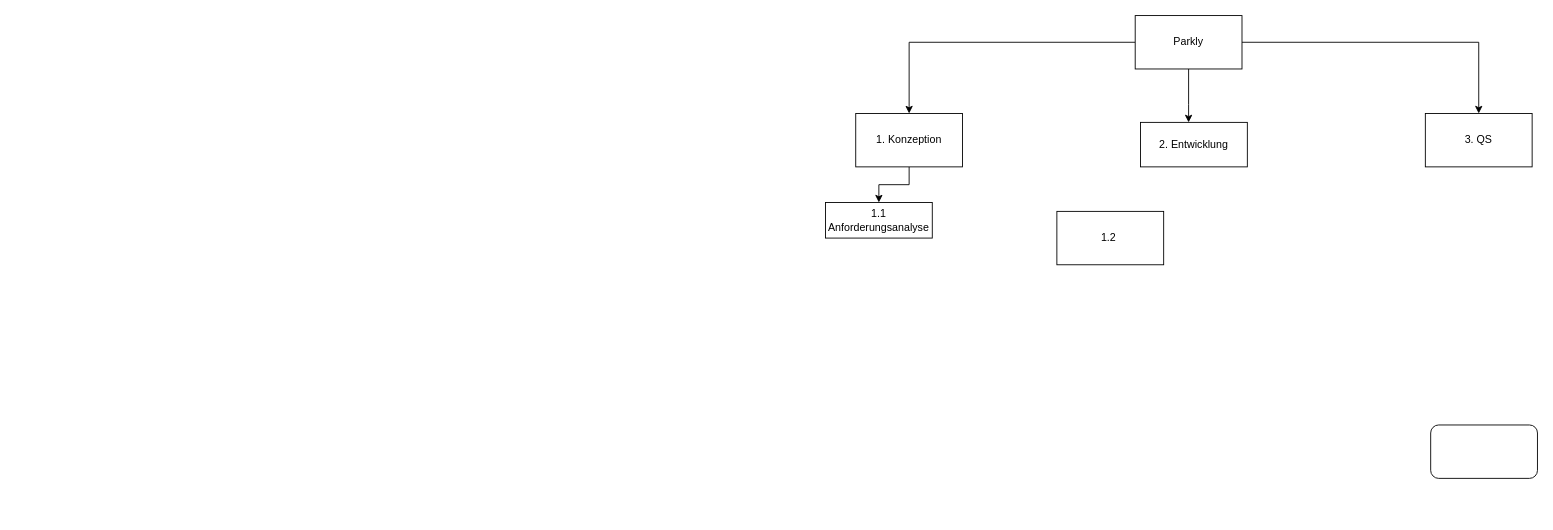
Above: Unbenanntes Diagramm.drawio in TmNiklas/TmNiklas (draw.io), before the change. Source tidied: cells renumbered, new cells numbered last; positions are measured from the earlier drawing's top-left corner, leaving out a move shared by most shapes. Both pictures are drawn from the tidied source at 89%, with x=0, y=0 at pixel (825, 15).
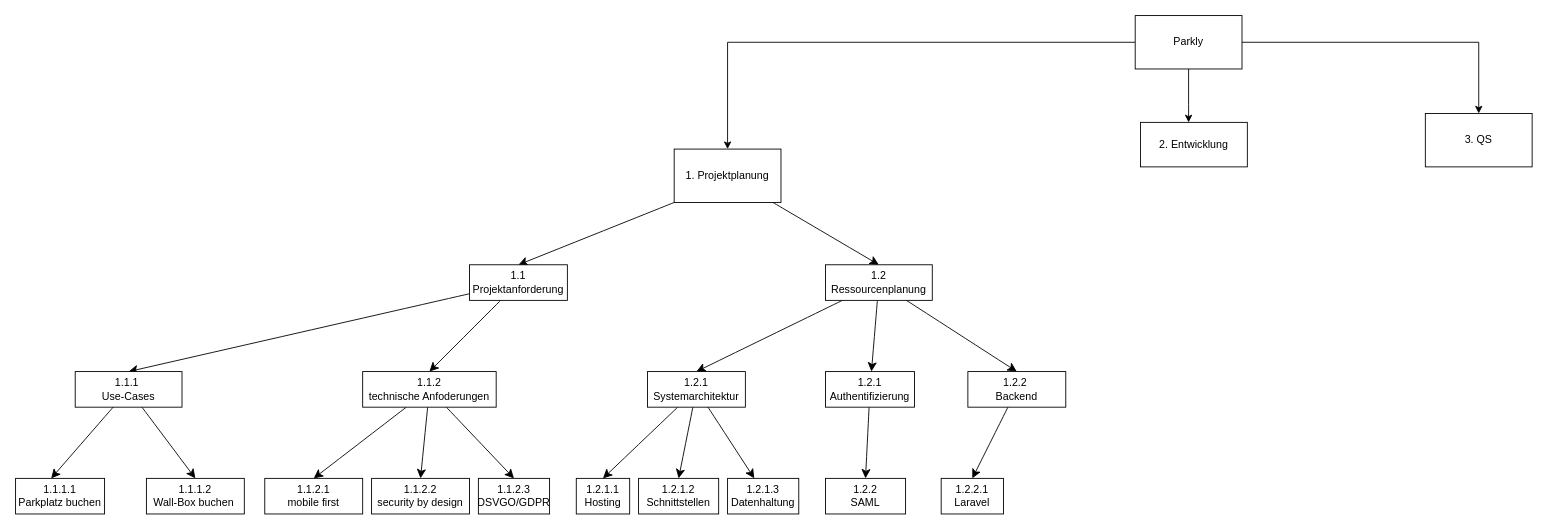
Above is the later version.

Diff of the diagram source:
```diff
@@
-    <mxCell id="6" style="edgeStyle=orthogonalEdgeStyle;rounded=0;jettySize=auto;html=1;" parent="1" edge="1" source="7" target="10">
-      <mxGeometry relative="1" as="geometry" />
-    </mxCell>
+    <mxCell id="13" style="edgeStyle=none;curved=1;rounded=0;jettySize=auto;html=1;entryX=0.5;entryY=0;entryDx=0;entryDy=0;fontSize=12;startSize=8;endSize=8;" parent="1" edge="1" source="7" target="18">
+      <mxGeometry relative="1" as="geometry" />
+    </mxCell>
+    <mxCell id="14" style="edgeStyle=none;curved=1;rounded=0;jettySize=auto;html=1;entryX=0.5;entryY=0;entryDx=0;entryDy=0;fontSize=12;startSize=8;endSize=8;exitX=0;exitY=1;exitDx=0;exitDy=0;" parent="1" edge="1" source="7" target="21">
+      <mxGeometry relative="1" as="geometry" />
+    </mxCell>
-    <mxCell id="7" value="1. Konzeption" style="rounded=0;whiteSpace=wrap;html=1;" parent="1" vertex="1">
-      <mxGeometry x="34" y="110" width="120" height="60" as="geometry" />
+    <mxCell id="7" value="1. Projektplanung" style="rounded=0;whiteSpace=wrap;html=1;" parent="1" vertex="1">
+      <mxGeometry x="-170" y="150" width="120" height="60" as="geometry" />
     </mxCell>
@@
-    <mxCell id="10" value="1.1 Anforderungsanalyse" style="rounded=0;whiteSpace=wrap;html=1;" parent="1" vertex="1">
-      <mxGeometry y="210" width="120" height="40" as="geometry" />
-    </mxCell>
-    <mxCell id="11" value="1.2&amp;nbsp;" style="rounded=0;whiteSpace=wrap;html=1;" parent="1" vertex="1">
-      <mxGeometry x="260" y="220" width="120" height="60" as="geometry" />
-    </mxCell>
-    <mxCell id="12" style="rounded=1;whiteSpace=wrap;html=1;" parent="1" vertex="1">
-      <mxGeometry x="680" y="460" width="120" height="60" as="geometry" />
-    </mxCell>
+    <mxCell id="15" style="edgeStyle=none;curved=1;rounded=0;jettySize=auto;html=1;fontSize=12;startSize=8;endSize=8;" parent="1" edge="1" source="18" target="23">
+      <mxGeometry relative="1" as="geometry" />
+    </mxCell>
+    <mxCell id="16" style="edgeStyle=none;curved=1;rounded=0;jettySize=auto;html=1;entryX=0.5;entryY=0;entryDx=0;entryDy=0;fontSize=12;startSize=8;endSize=8;" parent="1" edge="1" source="18" target="25">
+      <mxGeometry relative="1" as="geometry" />
+    </mxCell>
+    <mxCell id="17" style="edgeStyle=none;curved=1;rounded=0;jettySize=auto;html=1;entryX=0.5;entryY=0;entryDx=0;entryDy=0;fontSize=12;startSize=8;endSize=8;" parent="1" edge="1" source="18" target="28">
+      <mxGeometry relative="1" as="geometry" />
+    </mxCell>
+    <mxCell id="18" value="1.2 Ressourcenplanung" style="rounded=0;whiteSpace=wrap;html=1;" parent="1" vertex="1">
+      <mxGeometry y="280" width="120" height="40" as="geometry" />
+    </mxCell>
+    <mxCell id="19" style="edgeStyle=none;curved=1;rounded=0;jettySize=auto;html=1;entryX=0.5;entryY=0;entryDx=0;entryDy=0;fontSize=12;startSize=8;endSize=8;" parent="1" edge="1" source="21" target="30">
+      <mxGeometry relative="1" as="geometry" />
+    </mxCell>
+    <mxCell id="20" style="edgeStyle=none;curved=1;rounded=0;jettySize=auto;html=1;entryX=0.5;entryY=0;entryDx=0;entryDy=0;fontSize=12;startSize=8;endSize=8;" parent="1" edge="1" source="21" target="34">
+      <mxGeometry relative="1" as="geometry" />
+    </mxCell>
+    <mxCell id="21" value="1.1 Projektanforderung" style="rounded=0;whiteSpace=wrap;html=1;" parent="1" vertex="1">
+      <mxGeometry x="-400" y="280" width="110" height="40" as="geometry" />
+    </mxCell>
+    <mxCell id="22" style="edgeStyle=none;curved=1;rounded=0;jettySize=auto;html=1;entryX=0.5;entryY=0;entryDx=0;entryDy=0;fontSize=12;startSize=8;endSize=8;" parent="1" edge="1" source="23" target="45">
+      <mxGeometry relative="1" as="geometry" />
+    </mxCell>
+    <mxCell id="23" value="1.2.1 Authentifizierung" style="rounded=0;whiteSpace=wrap;html=1;" parent="1" vertex="1">
+      <mxGeometry y="400" width="100" height="40" as="geometry" />
+    </mxCell>
+    <mxCell id="24" style="edgeStyle=none;curved=1;rounded=0;jettySize=auto;html=1;entryX=0.5;entryY=0;entryDx=0;entryDy=0;fontSize=12;startSize=8;endSize=8;" parent="1" edge="1" source="25" target="46">
+      <mxGeometry relative="1" as="geometry" />
+    </mxCell>
+    <mxCell id="25" value="1.2.2&amp;nbsp;&lt;div&gt;Backend&lt;/div&gt;" style="rounded=0;whiteSpace=wrap;html=1;" parent="1" vertex="1">
+      <mxGeometry x="160" y="400" width="110" height="40" as="geometry" />
+    </mxCell>
+    <mxCell id="26" style="edgeStyle=none;curved=1;rounded=0;jettySize=auto;html=1;entryX=0.5;entryY=0;entryDx=0;entryDy=0;fontSize=12;startSize=8;endSize=8;" parent="1" edge="1" source="28" target="40">
+      <mxGeometry relative="1" as="geometry" />
+    </mxCell>
+    <mxCell id="27" style="edgeStyle=none;curved=1;rounded=0;jettySize=auto;html=1;entryX=0.5;entryY=0;entryDx=0;entryDy=0;fontSize=12;startSize=8;endSize=8;" parent="1" edge="1" source="28" target="41">
+      <mxGeometry relative="1" as="geometry" />
+    </mxCell>
+    <mxCell id="28" value="1.2.1 Systemarchitektur" style="rounded=0;whiteSpace=wrap;html=1;" parent="1" vertex="1">
+      <mxGeometry x="-200" y="400" width="110" height="40" as="geometry" />
+    </mxCell>
+    <mxCell id="29" style="edgeStyle=none;curved=1;rounded=0;jettySize=auto;html=1;entryX=0.5;entryY=0;entryDx=0;entryDy=0;fontSize=12;startSize=8;endSize=8;" parent="1" edge="1" source="30" target="37">
+      <mxGeometry relative="1" as="geometry" />
+    </mxCell>
+    <mxCell id="30" value="1.1.1&amp;nbsp;&lt;div&gt;Use-Cases&lt;/div&gt;" style="rounded=0;whiteSpace=wrap;html=1;" parent="1" vertex="1">
+      <mxGeometry x="-843" y="400" width="120" height="40" as="geometry" />
+    </mxCell>
+    <mxCell id="31" style="edgeStyle=none;curved=1;rounded=0;jettySize=auto;html=1;entryX=0.5;entryY=0;entryDx=0;entryDy=0;fontSize=12;startSize=8;endSize=8;" parent="1" edge="1" source="34" target="38">
+      <mxGeometry relative="1" as="geometry" />
+    </mxCell>
+    <mxCell id="32" style="edgeStyle=none;curved=1;rounded=0;jettySize=auto;html=1;entryX=0.5;entryY=0;entryDx=0;entryDy=0;fontSize=12;startSize=8;endSize=8;" parent="1" edge="1" source="34" target="39">
+      <mxGeometry relative="1" as="geometry" />
+    </mxCell>
+    <mxCell id="33" style="edgeStyle=none;curved=1;rounded=0;jettySize=auto;html=1;entryX=0.5;entryY=0;entryDx=0;entryDy=0;fontSize=12;startSize=8;endSize=8;" parent="1" edge="1" source="34" target="42">
+      <mxGeometry relative="1" as="geometry" />
+    </mxCell>
+    <mxCell id="34" value="1.1.2&lt;div&gt;technische Anfoderungen&lt;/div&gt;" style="rounded=0;whiteSpace=wrap;html=1;" parent="1" vertex="1">
+      <mxGeometry x="-520" y="400" width="150" height="40" as="geometry" />
+    </mxCell>
+    <mxCell id="35" value="1.1.1.1&lt;div&gt;Parkplatz buchen&lt;/div&gt;" style="rounded=0;whiteSpace=wrap;html=1;" parent="1" vertex="1">
+      <mxGeometry x="-910" y="520" width="100" height="40" as="geometry" />
+    </mxCell>
+    <mxCell id="36" style="edgeStyle=none;curved=1;rounded=0;jettySize=auto;html=1;entryX=0.4;entryY=0;entryDx=0;entryDy=0;entryPerimeter=0;fontSize=12;startSize=8;endSize=8;" parent="1" edge="1" source="30" target="35">
+      <mxGeometry relative="1" as="geometry" />
+    </mxCell>
+    <mxCell id="37" value="1.1.1.2&lt;div&gt;Wall-Box buchen&amp;nbsp;&lt;/div&gt;" style="rounded=0;whiteSpace=wrap;html=1;" parent="1" vertex="1">
+      <mxGeometry x="-763" y="520" width="110" height="40" as="geometry" />
+    </mxCell>
+    <mxCell id="38" value="1.1.2.1&lt;div&gt;mobile first&lt;/div&gt;" style="rounded=0;whiteSpace=wrap;html=1;" parent="1" vertex="1">
+      <mxGeometry x="-630" y="520" width="110" height="40" as="geometry" />
+    </mxCell>
+    <mxCell id="39" value="1.1.2.2&lt;div&gt;security by design&lt;/div&gt;" style="rounded=0;whiteSpace=wrap;html=1;" parent="1" vertex="1">
+      <mxGeometry x="-510" y="520" width="110" height="40" as="geometry" />
+    </mxCell>
+    <mxCell id="40" value="1.2.1.1&lt;div&gt;Hosting&lt;/div&gt;" style="rounded=0;whiteSpace=wrap;html=1;" parent="1" vertex="1">
+      <mxGeometry x="-280" y="520" width="60" height="40" as="geometry" />
+    </mxCell>
+    <mxCell id="41" value="1.2.1.2&lt;div&gt;Schnittstellen&lt;/div&gt;" style="rounded=0;whiteSpace=wrap;html=1;" parent="1" vertex="1">
+      <mxGeometry x="-210" y="520" width="90" height="40" as="geometry" />
+    </mxCell>
+    <mxCell id="42" value="1.1.2.3&lt;div&gt;DSVGO/GDPR&lt;/div&gt;" style="rounded=0;whiteSpace=wrap;html=1;" parent="1" vertex="1">
+      <mxGeometry x="-390" y="520" width="80" height="40" as="geometry" />
+    </mxCell>
+    <mxCell id="43" value="1.2.1.3&lt;div&gt;Datenhaltung&lt;/div&gt;" style="rounded=0;whiteSpace=wrap;html=1;" parent="1" vertex="1">
+      <mxGeometry x="-110" y="520" width="80" height="40" as="geometry" />
+    </mxCell>
+    <mxCell id="44" style="edgeStyle=none;curved=1;rounded=0;jettySize=auto;html=1;entryX=0.375;entryY=0;entryDx=0;entryDy=0;entryPerimeter=0;fontSize=12;startSize=8;endSize=8;" parent="1" edge="1" source="28" target="43">
+      <mxGeometry relative="1" as="geometry" />
+    </mxCell>
+    <mxCell id="45" value="1.2.2&lt;div&gt;SAML&lt;/div&gt;" style="rounded=0;whiteSpace=wrap;html=1;" parent="1" vertex="1">
+      <mxGeometry y="520" width="90" height="40" as="geometry" />
+    </mxCell>
+    <mxCell id="46" value="1.2.2.1&lt;div&gt;Laravel&lt;/div&gt;" style="rounded=0;whiteSpace=wrap;html=1;" parent="1" vertex="1">
+      <mxGeometry x="130" y="520" width="70" height="40" as="geometry" />
+    </mxCell>
```
